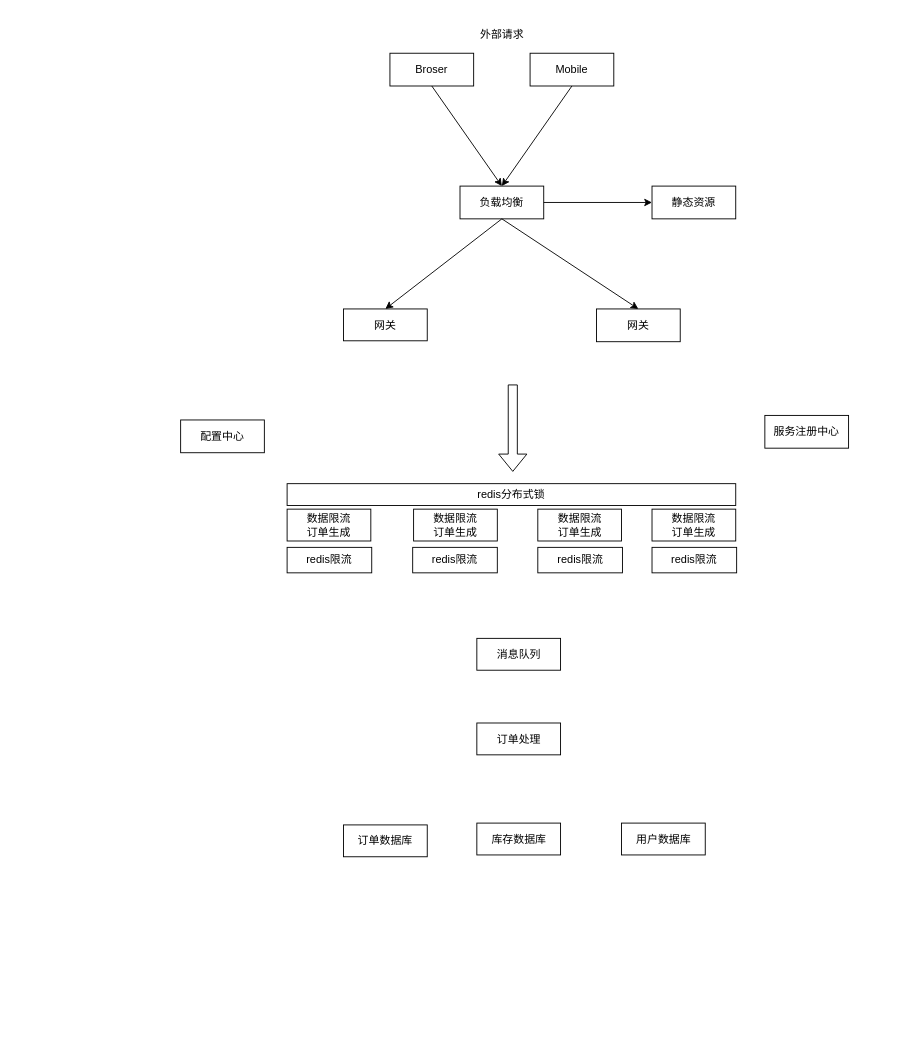
Above: architecture.drawio in Ln-Yangzl/sale-mall (draw.io), before the change. Source tidied: cells renumbered, new cells numbered last; positions are measured from the earlier drawing's top-left corner, leaving out a move shared by most shapes. Both pictures are drawn from the tidied source at 91%, with x=0, y=0 at pixel (180, 25).
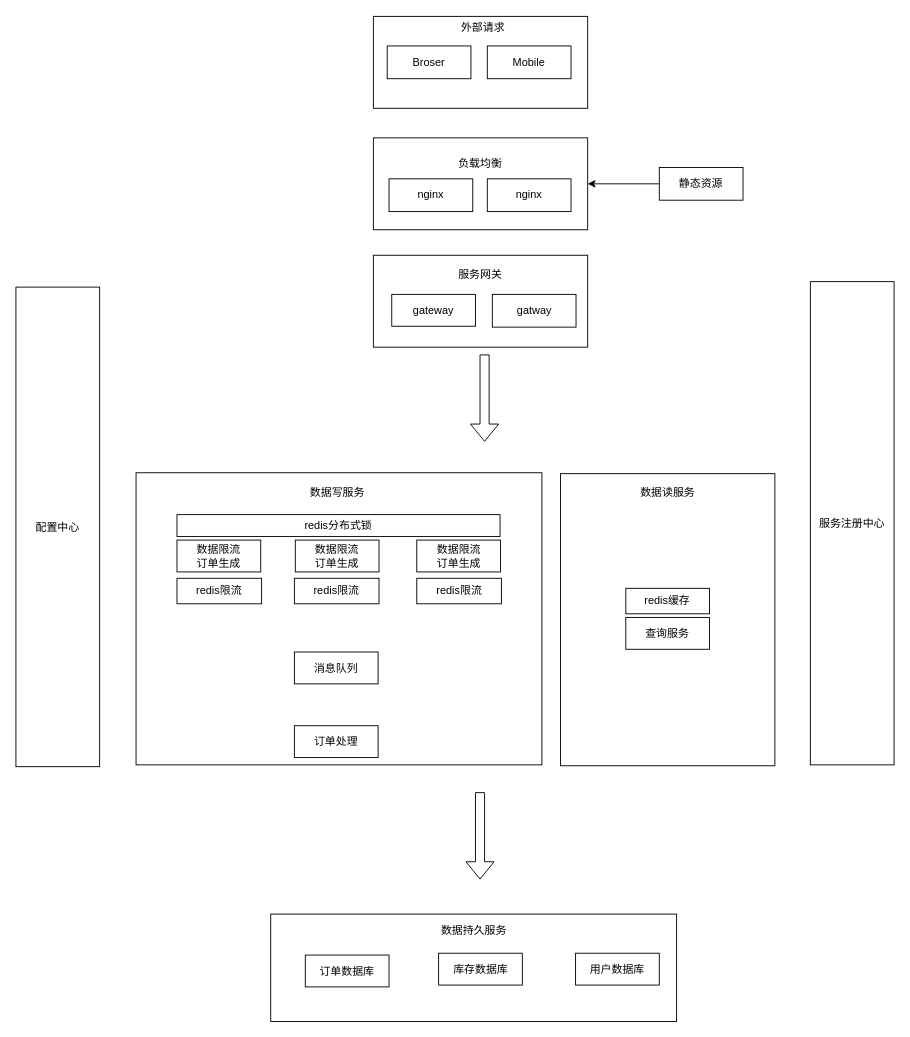
The same page after the edit.

Diff of the diagram source:
```diff
@@
-    <mxCell id="2" style="edgeStyle=none;html=1;exitX=0.5;exitY=1;exitDx=0;exitDy=0;entryX=0.5;entryY=0;entryDx=0;entryDy=0;fontColor=#000000;strokeColor=#000000;" parent="1" edge="1" source="3" target="9">
-      <mxGeometry relative="1" as="geometry" />
-    </mxCell>
+    <mxCell id="31" style="rounded=0;whiteSpace=wrap;html=1;fillColor=none;strokeColor=#000000;fontColor=#000000;" parent="1" vertex="1">
+      <mxGeometry x="211.8" y="252" width="235.5" height="101" as="geometry" />
+    </mxCell>
+    <mxCell id="32" style="rounded=0;whiteSpace=wrap;html=1;fillColor=none;strokeColor=#000000;fontColor=#000000;" parent="1" vertex="1">
+      <mxGeometry x="211.8" y="123" width="235.5" height="101" as="geometry" />
+    </mxCell>
+    <mxCell id="33" style="rounded=0;whiteSpace=wrap;html=1;fillColor=none;strokeColor=#000000;fontColor=#000000;" parent="1" vertex="1">
+      <mxGeometry x="417.5" y="492" width="235.5" height="321" as="geometry" />
+    </mxCell>
+    <mxCell id="34" style="rounded=0;whiteSpace=wrap;html=1;fillColor=none;strokeColor=#000000;fontColor=#000000;" parent="1" vertex="1">
+      <mxGeometry x="-49" y="491" width="446" height="321" as="geometry" />
+    </mxCell>
     <mxCell id="3" value="Broser" style="rounded=0;whiteSpace=wrap;html=1;fillColor=none;strokeColor=#000000;fontColor=#000000;" parent="1" vertex="1">
-      <mxGeometry x="230" y="30" width="92" height="36" as="geometry" />
+      <mxGeometry x="227" y="22" width="92" height="36" as="geometry" />
     </mxCell>
-    <mxCell id="4" style="edgeStyle=none;html=1;exitX=0.5;exitY=1;exitDx=0;exitDy=0;entryX=0.5;entryY=0;entryDx=0;entryDy=0;fontColor=#000000;strokeColor=#000000;" parent="1" edge="1" source="5" target="9">
-      <mxGeometry relative="1" as="geometry" />
-    </mxCell>
     <mxCell id="5" value="Mobile" style="rounded=0;whiteSpace=wrap;html=1;fillColor=none;strokeColor=#000000;fontColor=#000000;" parent="1" vertex="1">
-      <mxGeometry x="384" y="30" width="92" height="36" as="geometry" />
+      <mxGeometry x="337" y="22" width="92" height="36" as="geometry" />
     </mxCell>
-    <mxCell id="6" style="edgeStyle=none;html=1;exitX=1;exitY=0.5;exitDx=0;exitDy=0;entryX=0;entryY=0.5;entryDx=0;entryDy=0;fontColor=#000000;strokeColor=#000000;" parent="1" edge="1" source="9" target="11">
-      <mxGeometry relative="1" as="geometry" />
-    </mxCell>
-    <mxCell id="7" style="edgeStyle=none;html=1;exitX=0.5;exitY=1;exitDx=0;exitDy=0;entryX=0.5;entryY=0;entryDx=0;entryDy=0;fontColor=#000000;strokeColor=#000000;" parent="1" edge="1" source="9" target="12">
-      <mxGeometry relative="1" as="geometry" />
-    </mxCell>
-    <mxCell id="8" style="edgeStyle=none;html=1;exitX=0.5;exitY=1;exitDx=0;exitDy=0;entryX=0.5;entryY=0;entryDx=0;entryDy=0;fontColor=#000000;strokeColor=#000000;" parent="1" edge="1" source="9" target="13">
-      <mxGeometry relative="1" as="geometry" />
-    </mxCell>
-    <mxCell id="9" value="负载均衡" style="rounded=0;whiteSpace=wrap;html=1;fillColor=none;strokeColor=#000000;fontColor=#000000;" parent="1" vertex="1">
-      <mxGeometry x="307" y="176" width="92" height="36" as="geometry" />
+    <mxCell id="9" value="nginx" style="rounded=0;whiteSpace=wrap;html=1;fillColor=none;strokeColor=#000000;fontColor=#000000;" parent="1" vertex="1">
+      <mxGeometry x="229" y="168" width="92" height="36" as="geometry" />
     </mxCell>
     <mxCell id="10" value="外部请求" style="text;html=1;strokeColor=none;fillColor=none;align=center;verticalAlign=middle;whiteSpace=wrap;rounded=0;fontColor=#000000;" parent="1" vertex="1">
-      <mxGeometry x="325.5" width="55" height="20" as="geometry" />
+      <mxGeometry x="304.5" y="-8" width="55" height="20" as="geometry" />
     </mxCell>
+    <mxCell id="35" style="edgeStyle=none;html=1;exitX=0;exitY=0.5;exitDx=0;exitDy=0;entryX=1;entryY=0.5;entryDx=0;entryDy=0;fontColor=#000000;strokeColor=#000000;" parent="1" edge="1" source="11" target="32">
+      <mxGeometry relative="1" as="geometry" />
+    </mxCell>
     <mxCell id="11" value="静态资源" style="rounded=0;whiteSpace=wrap;html=1;fillColor=none;strokeColor=#000000;fontColor=#000000;" parent="1" vertex="1">
-      <mxGeometry x="518" y="176" width="92" height="36" as="geometry" />
+      <mxGeometry x="526" y="155.5" width="92" height="36" as="geometry" />
     </mxCell>
-    <mxCell id="12" value="网关" style="rounded=0;whiteSpace=wrap;html=1;fillColor=none;strokeColor=#000000;fontColor=#000000;" parent="1" vertex="1">
-      <mxGeometry x="179" y="311" width="92" height="35" as="geometry" />
+    <mxCell id="12" value="gateway" style="rounded=0;whiteSpace=wrap;html=1;fillColor=none;strokeColor=#000000;fontColor=#000000;" parent="1" vertex="1">
+      <mxGeometry x="232" y="295" width="92" height="35" as="geometry" />
     </mxCell>
-    <mxCell id="13" value="网关" style="rounded=0;whiteSpace=wrap;html=1;fillColor=none;strokeColor=#000000;fontColor=#000000;" parent="1" vertex="1">
-      <mxGeometry x="457" y="311" width="92" height="36" as="geometry" />
+    <mxCell id="13" value="gatway" style="rounded=0;whiteSpace=wrap;html=1;fillColor=none;strokeColor=#000000;fontColor=#000000;" parent="1" vertex="1">
+      <mxGeometry x="342.5" y="295" width="92" height="36" as="geometry" />
     </mxCell>
     <mxCell id="14" value="服务注册中心" style="rounded=0;whiteSpace=wrap;html=1;fillColor=none;strokeColor=#000000;fontColor=#000000;" parent="1" vertex="1">
-      <mxGeometry x="642" y="428" width="92" height="36" as="geometry" />
+      <mxGeometry x="692" y="281" width="92" height="531" as="geometry" />
     </mxCell>
     <mxCell id="15" value="配置中心" style="rounded=0;whiteSpace=wrap;html=1;fillColor=none;strokeColor=#000000;fontColor=#000000;" parent="1" vertex="1">
-      <mxGeometry y="433" width="92" height="36" as="geometry" />
+      <mxGeometry x="-181" y="287" width="92" height="527" as="geometry" />
     </mxCell>
     <mxCell id="16" value="数据限流&lt;br&gt;订单生成" style="rounded=0;whiteSpace=wrap;html=1;fillColor=none;strokeColor=#000000;fontColor=#000000;" parent="1" vertex="1">
-      <mxGeometry x="117" y="531" width="92" height="35" as="geometry" />
+      <mxGeometry x="-4" y="565" width="92" height="35" as="geometry" />
     </mxCell>
-    <mxCell id="17" value="数据限流&lt;br&gt;订单生成" style="rounded=0;whiteSpace=wrap;html=1;fillColor=none;strokeColor=#000000;fontColor=#000000;" parent="1" vertex="1">
-      <mxGeometry x="518" y="531" width="92" height="35" as="geometry" />
-    </mxCell>
     <mxCell id="18" value="数据限流&lt;br&gt;订单生成" style="rounded=0;whiteSpace=wrap;html=1;fillColor=none;strokeColor=#000000;fontColor=#000000;" parent="1" vertex="1">
-      <mxGeometry x="392.5" y="531" width="92" height="35" as="geometry" />
+      <mxGeometry x="259.5" y="565" width="92" height="35" as="geometry" />
     </mxCell>
     <mxCell id="19" value="数据限流&lt;br&gt;订单生成" style="rounded=0;whiteSpace=wrap;html=1;fillColor=none;strokeColor=#000000;fontColor=#000000;" parent="1" vertex="1">
-      <mxGeometry x="256" y="531" width="92" height="35" as="geometry" />
+      <mxGeometry x="126" y="565" width="92" height="35" as="geometry" />
     </mxCell>
     <mxCell id="20" value="消息队列" style="rounded=0;whiteSpace=wrap;html=1;fillColor=none;strokeColor=#000000;fontColor=#000000;" parent="1" vertex="1">
-      <mxGeometry x="325.5" y="673" width="92" height="35" as="geometry" />
+      <mxGeometry x="125" y="688" width="92" height="35" as="geometry" />
     </mxCell>
     <mxCell id="21" value="订单处理" style="rounded=0;whiteSpace=wrap;html=1;fillColor=none;strokeColor=#000000;fontColor=#000000;" parent="1" vertex="1">
-      <mxGeometry x="325.5" y="766" width="92" height="35" as="geometry" />
+      <mxGeometry x="125" y="769" width="92" height="35" as="geometry" />
     </mxCell>
     <mxCell id="22" value="订单数据库" style="rounded=0;whiteSpace=wrap;html=1;fillColor=none;strokeColor=#000000;fontColor=#000000;" parent="1" vertex="1">
-      <mxGeometry x="179" y="878" width="92" height="35" as="geometry" />
+      <mxGeometry x="137" y="1021" width="92" height="35" as="geometry" />
     </mxCell>
     <mxCell id="23" value="库存数据库" style="rounded=0;whiteSpace=wrap;html=1;fillColor=none;strokeColor=#000000;fontColor=#000000;" parent="1" vertex="1">
-      <mxGeometry x="325.5" y="876" width="92" height="35" as="geometry" />
+      <mxGeometry x="283.5" y="1019" width="92" height="35" as="geometry" />
     </mxCell>
     <mxCell id="24" value="用户数据库" style="rounded=0;whiteSpace=wrap;html=1;fillColor=none;strokeColor=#000000;fontColor=#000000;" parent="1" vertex="1">
-      <mxGeometry x="484.5" y="876" width="92" height="35" as="geometry" />
+      <mxGeometry x="434" y="1019" width="92" height="35" as="geometry" />
     </mxCell>
-    <mxCell id="25" style="shape=flexArrow;endArrow=classic;html=1;fontColor=#000000;strokeColor=#000000;" parent="1" edge="1">
-      <mxGeometry relative="1" as="geometry">
-        <mxPoint x="365" y="394" as="sourcePoint" />
-        <mxPoint x="365" y="490" as="targetPoint" />
-      </mxGeometry>
-    </mxCell>
     <mxCell id="26" value="redis分布式锁" style="rounded=0;whiteSpace=wrap;html=1;fontColor=#000000;strokeColor=#000000;fillColor=none;" parent="1" vertex="1">
-      <mxGeometry x="117" y="503" width="493" height="24" as="geometry" />
+      <mxGeometry x="-4" y="537" width="355" height="24" as="geometry" />
     </mxCell>
     <mxCell id="27" value="redis限流" style="rounded=0;whiteSpace=wrap;html=1;fontColor=#000000;strokeColor=#000000;fillColor=none;" parent="1" vertex="1">
-      <mxGeometry x="117" y="573" width="93" height="28" as="geometry" />
+      <mxGeometry x="-4" y="607" width="93" height="28" as="geometry" />
     </mxCell>
     <mxCell id="28" value="redis限流" style="rounded=0;whiteSpace=wrap;html=1;fontColor=#000000;strokeColor=#000000;fillColor=none;" parent="1" vertex="1">
-      <mxGeometry x="255" y="573" width="93" height="28" as="geometry" />
+      <mxGeometry x="125" y="607" width="93" height="28" as="geometry" />
     </mxCell>
     <mxCell id="29" value="redis限流" style="rounded=0;whiteSpace=wrap;html=1;fontColor=#000000;strokeColor=#000000;fillColor=none;" parent="1" vertex="1">
-      <mxGeometry x="392.5" y="573" width="93" height="28" as="geometry" />
+      <mxGeometry x="259.5" y="607" width="93" height="28" as="geometry" />
     </mxCell>
-    <mxCell id="30" value="redis限流" style="rounded=0;whiteSpace=wrap;html=1;fontColor=#000000;strokeColor=#000000;fillColor=none;" parent="1" vertex="1">
-      <mxGeometry x="518" y="573" width="93" height="28" as="geometry" />
-    </mxCell>
+    <mxCell id="36" value="查询服务" style="rounded=0;whiteSpace=wrap;html=1;fillColor=none;strokeColor=#000000;fontColor=#000000;" parent="1" vertex="1">
+      <mxGeometry x="489.2" y="650" width="92" height="35" as="geometry" />
+    </mxCell>
+    <mxCell id="37" value="redis缓存" style="rounded=0;whiteSpace=wrap;html=1;fontColor=#000000;strokeColor=#000000;fillColor=none;" parent="1" vertex="1">
+      <mxGeometry x="489.2" y="618" width="92" height="28" as="geometry" />
+    </mxCell>
+    <mxCell id="38" style="shape=flexArrow;endArrow=classic;html=1;fontColor=#000000;strokeColor=#000000;" parent="1" edge="1">
+      <mxGeometry relative="1" as="geometry">
+        <mxPoint x="334" y="361" as="sourcePoint" />
+        <mxPoint x="334" y="457" as="targetPoint" />
+      </mxGeometry>
+    </mxCell>
+    <mxCell id="39" style="rounded=0;whiteSpace=wrap;html=1;fillColor=none;strokeColor=#000000;fontColor=#000000;" parent="1" vertex="1">
+      <mxGeometry x="99" y="976" width="446" height="118" as="geometry" />
+    </mxCell>
+    <mxCell id="40" value="数据写服务" style="text;html=1;strokeColor=none;fillColor=none;align=center;verticalAlign=middle;whiteSpace=wrap;rounded=0;fontColor=#000000;" parent="1" vertex="1">
+      <mxGeometry x="114.5" y="503" width="115" height="20" as="geometry" />
+    </mxCell>
+    <mxCell id="41" value="数据读服务" style="text;html=1;strokeColor=none;fillColor=none;align=center;verticalAlign=middle;whiteSpace=wrap;rounded=0;fontColor=#000000;" parent="1" vertex="1">
+      <mxGeometry x="477.8" y="503" width="115" height="20" as="geometry" />
+    </mxCell>
+    <mxCell id="42" value="数据持久服务" style="text;html=1;strokeColor=none;fillColor=none;align=center;verticalAlign=middle;whiteSpace=wrap;rounded=0;fontColor=#000000;" parent="1" vertex="1">
+      <mxGeometry x="264.5" y="984" width="115" height="20" as="geometry" />
+    </mxCell>
+    <mxCell id="43" style="shape=flexArrow;endArrow=classic;html=1;fontColor=#000000;strokeColor=#000000;" parent="1" edge="1">
+      <mxGeometry relative="1" as="geometry">
+        <mxPoint x="329" y="842" as="sourcePoint" />
+        <mxPoint x="329" y="938" as="targetPoint" />
+      </mxGeometry>
+    </mxCell>
+    <mxCell id="44" value="nginx" style="rounded=0;whiteSpace=wrap;html=1;fillColor=none;strokeColor=#000000;fontColor=#000000;" parent="1" vertex="1">
+      <mxGeometry x="337" y="168" width="92" height="36" as="geometry" />
+    </mxCell>
+    <mxCell id="45" value="负载均衡" style="text;html=1;strokeColor=none;fillColor=none;align=center;verticalAlign=middle;whiteSpace=wrap;rounded=0;fontColor=#000000;" parent="1" vertex="1">
+      <mxGeometry x="272" y="142" width="115" height="20" as="geometry" />
+    </mxCell>
+    <mxCell id="46" style="rounded=0;whiteSpace=wrap;html=1;fillColor=none;strokeColor=#000000;fontColor=#000000;" parent="1" vertex="1">
+      <mxGeometry x="211.8" y="-10.5" width="235.5" height="101" as="geometry" />
+    </mxCell>
+    <mxCell id="47" value="服务网关" style="text;html=1;strokeColor=none;fillColor=none;align=center;verticalAlign=middle;whiteSpace=wrap;rounded=0;fontColor=#000000;" parent="1" vertex="1">
+      <mxGeometry x="272" y="263" width="115" height="20" as="geometry" />
+    </mxCell>
```
